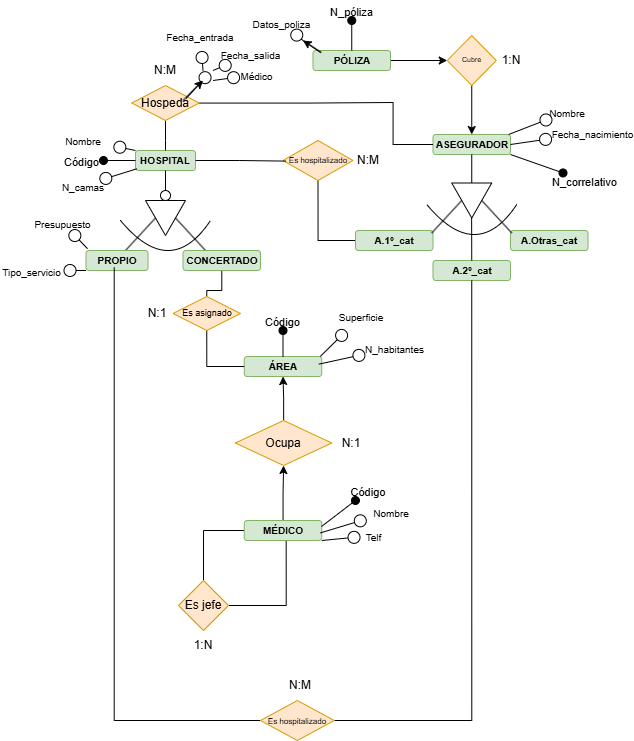
Before: Data Base/GestionHospitales.drawio.png, a diagram exported from draw.io (Samue45/1-DAM). Source tidied: cells renumbered, new cells last; positions are measured from the earlier drawing's top-left corner, leaving out a move shared by most shapes.
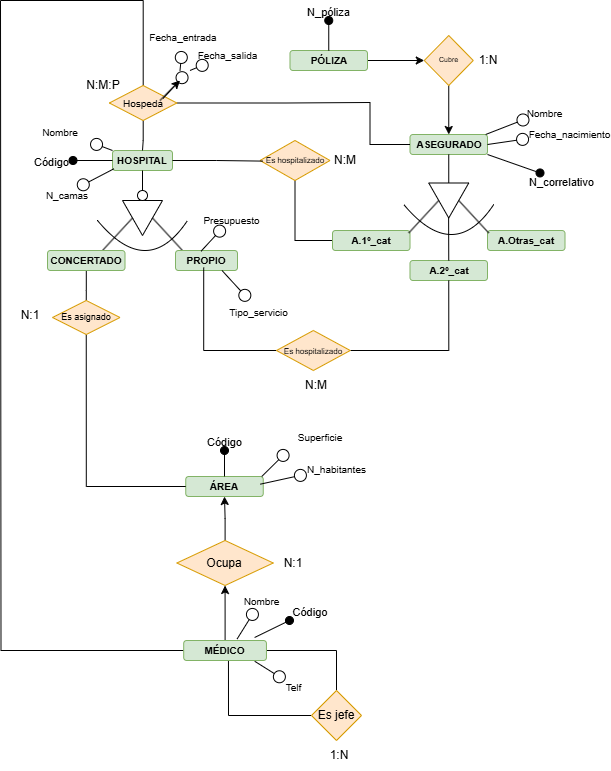
Later version of the same file.

What changed in the source:
```diff
@@ -37,43 +37,43 @@
       </mxGeometry>
     </mxCell>
     <mxCell id="9" value="&lt;b style=&quot;font-size: 10px;&quot;&gt;&lt;font style=&quot;font-size: 10px;&quot;&gt;PROPIO&lt;/font&gt;&lt;/b&gt;" style="rounded=1;whiteSpace=wrap;html=1;fillColor=#d5e8d4;strokeColor=#82b366;fontSize=10;" parent="1" vertex="1">
-      <mxGeometry x="85.5" y="250" width="62" height="20" as="geometry" />
+      <mxGeometry x="198" y="250" width="62" height="20" as="geometry" />
     </mxCell>
     <mxCell id="10" style="edgeStyle=orthogonalEdgeStyle;rounded=0;jettySize=auto;html=1;entryX=0.5;entryY=0;entryDx=0;entryDy=0;endArrow=none;endFill=0;" parent="1" edge="1" source="11" target="85">
       <mxGeometry relative="1" as="geometry" />
     </mxCell>
     <mxCell id="11" value="&lt;b style=&quot;font-size: 10px;&quot;&gt;&lt;font style=&quot;font-size: 10px;&quot;&gt;CONCERTADO&lt;/font&gt;&lt;/b&gt;" style="rounded=1;whiteSpace=wrap;html=1;fillColor=#d5e8d4;strokeColor=#82b366;fontSize=10;" parent="1" vertex="1">
-      <mxGeometry x="182.5" y="250" width="77.5" height="20" as="geometry" />
+      <mxGeometry x="70" y="250" width="77.5" height="20" as="geometry" />
     </mxCell>
     <mxCell id="12" style="endArrow=oval;html=1;rounded=0;fontSize=12;startSize=8;endSize=8;curved=1;endFill=1;exitX=0;exitY=0.5;exitDx=0;exitDy=0;" parent="1" edge="1" source="5" target="13">
       <mxGeometry relative="1" as="geometry" />
     </mxCell>
     <mxCell id="13" value="&lt;font style=&quot;font-size: 11px;&quot;&gt;Código&lt;/font&gt;" style="text;html=1;align=center;verticalAlign=middle;whiteSpace=wrap;rounded=0;fontSize=16;" parent="1" vertex="1">
-      <mxGeometry x="60" y="150" width="43" height="20" as="geometry" />
+      <mxGeometry x="52.5" y="150" width="43" height="20" as="geometry" />
     </mxCell>
     <mxCell id="14" style="endArrow=circle;html=1;rounded=0;fontSize=8;startSize=6;endSize=5;curved=1;endFill=0;exitX=0;exitY=0;exitDx=0;exitDy=0;" parent="1" edge="1" source="5" target="15">
       <mxGeometry relative="1" as="geometry" />
     </mxCell>
     <mxCell id="15" value="&lt;span style=&quot;font-size: 10px;&quot;&gt;Nombre&lt;/span&gt;" style="text;html=1;align=center;verticalAlign=middle;whiteSpace=wrap;rounded=0;fontSize=16;" parent="1" vertex="1">
-      <mxGeometry x="52.5" y="124" width="60" height="30" as="geometry" />
+      <mxGeometry x="52.5" y="115" width="60" height="30" as="geometry" />
     </mxCell>
     <mxCell id="16" style="endArrow=circle;html=1;rounded=0;fontSize=8;startSize=6;endSize=5;curved=1;endFill=0;exitX=0.022;exitY=0.916;exitDx=0;exitDy=0;exitPerimeter=0;" parent="1" edge="1" source="5" target="17">
       <mxGeometry relative="1" as="geometry" />
     </mxCell>
     <mxCell id="17" value="&lt;span style=&quot;font-size: 10px;&quot;&gt;N_camas&lt;/span&gt;" style="text;html=1;align=center;verticalAlign=middle;whiteSpace=wrap;rounded=0;fontSize=16;" parent="1" vertex="1">
-      <mxGeometry x="62.5" y="180" width="40" height="10" as="geometry" />
+      <mxGeometry x="70" y="187.5" width="40" height="10" as="geometry" />
     </mxCell>
-    <mxCell id="18" style="endArrow=circle;html=1;rounded=0;fontSize=8;startSize=6;endSize=5;curved=1;endFill=0;exitX=0.025;exitY=-0.09;exitDx=0;exitDy=0;exitPerimeter=0;" parent="1" edge="1" source="9" target="19">
+    <mxCell id="18" style="endArrow=circle;html=1;rounded=0;fontSize=8;startSize=6;endSize=5;curved=1;endFill=0;exitX=0.411;exitY=0.04;exitDx=0;exitDy=0;exitPerimeter=0;" parent="1" edge="1" source="9" target="19">
       <mxGeometry relative="1" as="geometry" />
     </mxCell>
     <mxCell id="19" value="&lt;font style=&quot;font-size: 10px;&quot;&gt;Presupuesto&lt;/font&gt;" style="text;html=1;align=center;verticalAlign=middle;whiteSpace=wrap;rounded=0;fontSize=16;" parent="1" vertex="1">
-      <mxGeometry x="43.5" y="214" width="36.5" height="16" as="geometry" />
+      <mxGeometry x="236" y="209.5" width="36.5" height="16" as="geometry" />
     </mxCell>
-    <mxCell id="20" style="endArrow=circle;html=1;rounded=0;fontSize=8;startSize=6;endSize=5;curved=1;endFill=0;exitX=0;exitY=1;exitDx=0;exitDy=0;" parent="1" edge="1" source="9" target="21">
+    <mxCell id="20" style="endArrow=circle;html=1;rounded=0;fontSize=8;startSize=6;endSize=5;curved=1;endFill=0;exitX=0.75;exitY=1;exitDx=0;exitDy=0;" parent="1" edge="1" source="9" target="21">
       <mxGeometry relative="1" as="geometry" />
     </mxCell>
     <mxCell id="21" value="&lt;font style=&quot;font-size: 10px;&quot;&gt;Tipo_servicio&lt;/font&gt;" style="text;html=1;align=center;verticalAlign=middle;whiteSpace=wrap;rounded=0;fontSize=16;" parent="1" vertex="1">
-      <mxGeometry y="260" width="62.5" height="20" as="geometry" />
+      <mxGeometry x="250" y="300" width="62.5" height="20" as="geometry" />
     </mxCell>
     <mxCell id="22" style="edgeStyle=orthogonalEdgeStyle;rounded=0;jettySize=auto;html=1;entryX=0;entryY=0.5;entryDx=0;entryDy=0;" parent="1" edge="1" source="23" target="63">
       <mxGeometry relative="1" as="geometry" />
@@ -81,7 +81,7 @@
     <mxCell id="23" value="&lt;b&gt;PÓLIZA&lt;/b&gt;" style="rounded=1;whiteSpace=wrap;html=1;fillColor=#d5e8d4;strokeColor=#82b366;fontSize=10;" parent="1" vertex="1">
       <mxGeometry x="312.5" y="50" width="77.5" height="20" as="geometry" />
     </mxCell>
-    <mxCell id="24" value="&lt;b&gt;ASEGURADOR&lt;/b&gt;" style="rounded=1;whiteSpace=wrap;html=1;fillColor=#d5e8d4;strokeColor=#82b366;fontSize=10;" parent="1" vertex="1">
+    <mxCell id="24" value="&lt;b&gt;ASEGURADO&lt;/b&gt;" style="rounded=1;whiteSpace=wrap;html=1;fillColor=#d5e8d4;strokeColor=#82b366;fontSize=10;" parent="1" vertex="1">
       <mxGeometry x="432.5" y="134" width="77.5" height="20" as="geometry" />
     </mxCell>
     <mxCell id="25" style="edgeStyle=orthogonalEdgeStyle;rounded=0;jettySize=auto;html=1;endArrow=none;endFill=0;entryX=0.5;entryY=1;entryDx=0;entryDy=0;" parent="1" edge="1" source="26" target="65">
@@ -97,16 +97,21 @@
       <mxGeometry x="510" y="230" width="77.5" height="20" as="geometry" />
     </mxCell>
     <mxCell id="29" value="&lt;b&gt;ÁREA&lt;/b&gt;" style="rounded=1;whiteSpace=wrap;html=1;fillColor=#d5e8d4;strokeColor=#82b366;fontSize=10;" parent="1" vertex="1">
-      <mxGeometry x="243.8" y="356" width="77.5" height="20" as="geometry" />
+      <mxGeometry x="208.2" y="476" width="77.5" height="20" as="geometry" />
     </mxCell>
     <mxCell id="30" style="edgeStyle=orthogonalEdgeStyle;rounded=0;jettySize=auto;html=1;entryX=0.5;entryY=1;entryDx=0;entryDy=0;" parent="1" edge="1" source="32" target="88">
       <mxGeometry relative="1" as="geometry" />
     </mxCell>
-    <mxCell id="31" style="edgeStyle=orthogonalEdgeStyle;rounded=0;jettySize=auto;html=1;endArrow=none;endFill=0;entryX=0.5;entryY=0;entryDx=0;entryDy=0;" parent="1" edge="1" source="32" target="91">
+    <mxCell id="31" style="edgeStyle=orthogonalEdgeStyle;rounded=0;jettySize=auto;html=1;endArrow=none;endFill=0;entryX=0.5;entryY=0;entryDx=0;entryDy=0;exitX=1;exitY=0.5;exitDx=0;exitDy=0;" parent="1" edge="1" source="32" target="91">
       <mxGeometry relative="1" as="geometry" />
     </mxCell>
+    <mxCell id="93" style="edgeStyle=orthogonalEdgeStyle;rounded=0;jettySize=auto;html=1;fontSize=12;startSize=8;endSize=8;endArrow=none;endFill=0;" parent="1" edge="1" source="32">
+      <mxGeometry relative="1" as="geometry">
+        <mxPoint x="23" as="targetPoint" />
+      </mxGeometry>
+    </mxCell>
     <mxCell id="32" value="&lt;b&gt;MÉDICO&lt;/b&gt;" style="rounded=1;whiteSpace=wrap;html=1;fillColor=#d5e8d4;strokeColor=#82b366;fontSize=10;" parent="1" vertex="1">
-      <mxGeometry x="243.8" y="520" width="77.5" height="20" as="geometry" />
+      <mxGeometry x="206.2" y="640" width="82.8" height="20" as="geometry" />
     </mxCell>
     <mxCell id="33" style="endArrow=oval;html=1;rounded=0;fontSize=12;startSize=8;endSize=8;curved=1;endFill=1;" parent="1" edge="1" source="23" target="34">
       <mxGeometry relative="1" as="geometry" />
@@ -114,21 +119,6 @@
     <mxCell id="34" value="&lt;span style=&quot;font-size: 11px;&quot;&gt;N_póliza&lt;/span&gt;" style="text;html=1;align=center;verticalAlign=middle;whiteSpace=wrap;rounded=0;fontSize=16;" parent="1" vertex="1">
       <mxGeometry x="329.8" width="43" height="20" as="geometry" />
     </mxCell>
-    <mxCell id="35" style="endArrow=circle;html=1;rounded=0;fontSize=8;startSize=6;endSize=5;curved=1;endFill=0;exitX=0.099;exitY=0.1;exitDx=0;exitDy=0;exitPerimeter=0;" parent="1" edge="1" source="23" target="36">
-      <mxGeometry relative="1" as="geometry">
-        <Array as="points">
-          <mxPoint x="302.5" y="40" />
-        </Array>
-      </mxGeometry>
-    </mxCell>
-    <mxCell id="36" value="&lt;font style=&quot;font-size: 10px;&quot;&gt;Datos_poliza&lt;/font&gt;" style="text;html=1;align=center;verticalAlign=middle;whiteSpace=wrap;rounded=0;fontSize=16;" parent="1" vertex="1">
-      <mxGeometry x="262.5" y="14" width="38.5" height="16" as="geometry" />
-    </mxCell>
-    <mxCell id="37" style="endArrow=classic;html=1;rounded=0;exitX=0.108;exitY=0.1;exitDx=0;exitDy=0;exitPerimeter=0;" parent="1" edge="1" source="23">
-      <mxGeometry relative="1" as="geometry">
-        <mxPoint x="302.5" y="40" as="targetPoint" />
-      </mxGeometry>
-    </mxCell>
     <mxCell id="38" style="endArrow=oval;html=1;rounded=0;fontSize=12;startSize=8;endSize=8;curved=1;endFill=1;exitX=1;exitY=1;exitDx=0;exitDy=0;" parent="1" edge="1" source="24" target="39">
       <mxGeometry relative="1" as="geometry" />
     </mxCell>
@@ -183,41 +173,40 @@
       <mxGeometry relative="1" as="geometry" />
     </mxCell>
     <mxCell id="51" value="&lt;font style=&quot;font-size: 11px;&quot;&gt;Código&lt;/font&gt;" style="text;html=1;align=center;verticalAlign=middle;whiteSpace=wrap;rounded=0;fontSize=16;" parent="1" vertex="1">
-      <mxGeometry x="261" y="310" width="43" height="20" as="geometry" />
+      <mxGeometry x="225.5" y="430" width="43" height="20" as="geometry" />
     </mxCell>
-    <mxCell id="52" style="endArrow=circle;html=1;rounded=0;fontSize=8;startSize=6;endSize=5;curved=1;endFill=0;" parent="1" edge="1" target="53">
+    <mxCell id="52" style="endArrow=circle;html=1;rounded=0;fontSize=8;startSize=6;endSize=5;curved=1;endFill=0;" parent="1" edge="1">
       <mxGeometry relative="1" as="geometry">
-        <mxPoint x="319.8" y="356" as="sourcePoint" />
+        <mxPoint x="284.2" y="476" as="sourcePoint" />
+        <mxPoint x="310.6" y="450" as="targetPoint" />
       </mxGeometry>
     </mxCell>
     <mxCell id="53" value="&lt;font style=&quot;font-size: 10px;&quot;&gt;Superficie&lt;/font&gt;" style="text;html=1;align=center;verticalAlign=middle;whiteSpace=wrap;rounded=0;fontSize=16;" parent="1" vertex="1">
-      <mxGeometry x="331.2" y="300" width="60" height="30" as="geometry" />
+      <mxGeometry x="312.5" y="420" width="60" height="30" as="geometry" />
     </mxCell>
     <mxCell id="54" style="endArrow=circle;html=1;rounded=0;fontSize=8;startSize=6;endSize=5;curved=1;endFill=0;exitX=0.963;exitY=0.383;exitDx=0;exitDy=0;exitPerimeter=0;" parent="1" edge="1" source="29" target="55">
       <mxGeometry relative="1" as="geometry" />
     </mxCell>
     <mxCell id="55" value="&lt;font style=&quot;font-size: 10px;&quot;&gt;N_habitantes&lt;/font&gt;" style="text;html=1;align=center;verticalAlign=middle;whiteSpace=wrap;rounded=0;fontSize=16;" parent="1" vertex="1">
-      <mxGeometry x="365.2" y="338" width="58.5" height="18" as="geometry" />
+      <mxGeometry x="329.8" y="458" width="58.5" height="18" as="geometry" />
     </mxCell>
-    <mxCell id="56" style="endArrow=oval;html=1;rounded=0;fontSize=12;startSize=8;endSize=8;curved=1;endFill=1;" parent="1" edge="1" target="57">
-      <mxGeometry relative="1" as="geometry">
-        <mxPoint x="321" y="526" as="sourcePoint" />
-      </mxGeometry>
+    <mxCell id="56" style="endArrow=oval;html=1;rounded=0;fontSize=12;startSize=8;endSize=8;curved=1;endFill=1;exitX=0.857;exitY=-0.15;exitDx=0;exitDy=0;exitPerimeter=0;" parent="1" edge="1" source="32" target="57">
+      <mxGeometry relative="1" as="geometry" />
     </mxCell>
     <mxCell id="57" value="&lt;font style=&quot;font-size: 11px;&quot;&gt;Código&lt;/font&gt;" style="text;html=1;align=center;verticalAlign=middle;whiteSpace=wrap;rounded=0;fontSize=16;" parent="1" vertex="1">
-      <mxGeometry x="341" y="480" width="54" height="20" as="geometry" />
+      <mxGeometry x="305.5" y="600" width="54" height="20" as="geometry" />
     </mxCell>
-    <mxCell id="58" style="endArrow=circle;html=1;rounded=0;fontSize=8;startSize=6;endSize=5;curved=1;endFill=0;exitX=0.984;exitY=0.617;exitDx=0;exitDy=0;exitPerimeter=0;" parent="1" edge="1" source="32" target="59">
+    <mxCell id="58" style="endArrow=circle;html=1;rounded=0;fontSize=8;startSize=6;endSize=5;curved=1;endFill=0;exitX=0.646;exitY=-0.079;exitDx=0;exitDy=0;exitPerimeter=0;" parent="1" edge="1" source="32" target="59">
       <mxGeometry relative="1" as="geometry" />
     </mxCell>
     <mxCell id="59" value="&lt;font style=&quot;font-size: 10px;&quot;&gt;Nombre&lt;/font&gt;" style="text;html=1;align=center;verticalAlign=middle;whiteSpace=wrap;rounded=0;fontSize=16;" parent="1" vertex="1">
-      <mxGeometry x="366.5" y="502" width="48.5" height="18" as="geometry" />
+      <mxGeometry x="260" y="590" width="48.5" height="18" as="geometry" />
     </mxCell>
-    <mxCell id="60" style="endArrow=circle;html=1;rounded=0;fontSize=8;startSize=6;endSize=5;curved=1;endFill=0;exitX=1;exitY=1;exitDx=0;exitDy=0;" parent="1" edge="1" source="32" target="61">
+    <mxCell id="60" style="endArrow=circle;html=1;rounded=0;fontSize=8;startSize=6;endSize=5;curved=1;endFill=0;exitX=0.859;exitY=1.04;exitDx=0;exitDy=0;exitPerimeter=0;" parent="1" edge="1" source="32" target="61">
       <mxGeometry relative="1" as="geometry" />
     </mxCell>
     <mxCell id="61" value="&lt;font style=&quot;font-size: 10px;&quot;&gt;Telf&lt;/font&gt;" style="text;html=1;align=center;verticalAlign=middle;whiteSpace=wrap;rounded=0;fontSize=16;" parent="1" vertex="1">
-      <mxGeometry x="360.5" y="530" width="24.5" height="10" as="geometry" />
+      <mxGeometry x="303.5" y="680" width="24.5" height="10" as="geometry" />
     </mxCell>
     <mxCell id="62" style="edgeStyle=orthogonalEdgeStyle;rounded=0;jettySize=auto;html=1;entryX=0.5;entryY=0;entryDx=0;entryDy=0;" parent="1" edge="1" source="63" target="24">
       <mxGeometry relative="1" as="geometry" />
@@ -244,10 +233,10 @@
       <mxGeometry relative="1" as="geometry" />
     </mxCell>
     <mxCell id="70" value="&lt;span style=&quot;font-size: 8px;&quot;&gt;Es hospitalizado&lt;/span&gt;" style="rhombus;whiteSpace=wrap;html=1;fillColor=#ffe6cc;strokeColor=#d79b00;" parent="1" vertex="1">
-      <mxGeometry x="260" y="700" width="73.8" height="40" as="geometry" />
+      <mxGeometry x="299" y="330" width="73.8" height="40" as="geometry" />
     </mxCell>
     <mxCell id="71" value="N:M" style="text;html=1;align=center;verticalAlign=middle;whiteSpace=wrap;rounded=0;" parent="1" vertex="1">
-      <mxGeometry x="277.5" y="670" width="43.8" height="30" as="geometry" />
+      <mxGeometry x="317" y="370" width="43.8" height="30" as="geometry" />
     </mxCell>
     <mxCell id="72" style="edgeStyle=orthogonalEdgeStyle;rounded=0;jettySize=auto;html=1;endArrow=none;endFill=0;" parent="1" edge="1" source="74" target="5">
       <mxGeometry relative="1" as="geometry" />
@@ -261,11 +250,20 @@
         </Array>
       </mxGeometry>
     </mxCell>
+    <mxCell id="94" style="edgeStyle=orthogonalEdgeStyle;rounded=0;jettySize=auto;html=1;fontSize=12;startSize=8;endSize=8;endArrow=none;endFill=0;" parent="1" edge="1" source="74">
+      <mxGeometry relative="1" as="geometry">
+        <mxPoint x="23" as="targetPoint" />
+        <Array as="points">
+          <mxPoint x="166" />
+          <mxPoint x="23" />
+        </Array>
+      </mxGeometry>
+    </mxCell>
-    <mxCell id="74" value="Hospeda" style="rhombus;whiteSpace=wrap;html=1;fillColor=#ffe6cc;strokeColor=#d79b00;" parent="1" vertex="1">
-      <mxGeometry x="131.2" y="85" width="67.5" height="35" as="geometry" />
+    <mxCell id="74" value="Hospeda" style="rhombus;whiteSpace=wrap;html=1;fillColor=#ffe6cc;strokeColor=#d79b00;fontSize=10;" parent="1" vertex="1">
+      <mxGeometry x="131.9" y="85" width="67.5" height="35" as="geometry" />
     </mxCell>
-    <mxCell id="75" value="N:M" style="text;html=1;align=center;verticalAlign=middle;whiteSpace=wrap;rounded=0;" parent="1" vertex="1">
-      <mxGeometry x="143.1" y="55" width="43.8" height="30" as="geometry" />
+    <mxCell id="75" value="N:M:P" style="text;html=1;align=center;verticalAlign=middle;whiteSpace=wrap;rounded=0;" parent="1" vertex="1">
+      <mxGeometry x="103.8" y="70" width="43.8" height="30" as="geometry" />
     </mxCell>
     <mxCell id="76" style="endArrow=circle;html=1;rounded=0;fontSize=8;startSize=6;endSize=5;curved=1;endFill=0;" parent="1" edge="1">
       <mxGeometry relative="1" as="geometry">
@@ -285,7 +283,7 @@
       </mxGeometry>
     </mxCell>
     <mxCell id="79" value="&lt;font style=&quot;font-size: 10px;&quot;&gt;Fecha_entrada&lt;/font&gt;" style="text;html=1;align=center;verticalAlign=middle;whiteSpace=wrap;rounded=0;fontSize=16;" parent="1" vertex="1">
-      <mxGeometry x="170" y="20" width="60" height="30" as="geometry" />
+      <mxGeometry x="176" y="20" width="60" height="30" as="geometry" />
     </mxCell>
     <mxCell id="80" style="endArrow=circle;html=1;rounded=0;fontSize=8;startSize=6;endSize=5;curved=1;endFill=0;entryX=0.071;entryY=1.073;entryDx=0;entryDy=0;entryPerimeter=0;" parent="1" edge="1" target="81">
       <mxGeometry relative="1" as="geometry">
@@ -295,40 +293,32 @@
     <mxCell id="81" value="&lt;font style=&quot;font-size: 10px;&quot;&gt;Fecha_salida&lt;/font&gt;" style="text;html=1;align=center;verticalAlign=middle;whiteSpace=wrap;rounded=0;fontSize=16;" parent="1" vertex="1">
       <mxGeometry x="228" y="45" width="44.5" height="16" as="geometry" />
     </mxCell>
-    <mxCell id="82" style="endArrow=circle;html=1;rounded=0;fontSize=8;startSize=6;endSize=5;curved=1;endFill=0;" parent="1" edge="1" target="83">
-      <mxGeometry relative="1" as="geometry">
-        <mxPoint x="212.5" y="80" as="sourcePoint" />
-      </mxGeometry>
-    </mxCell>
-    <mxCell id="83" value="&lt;font style=&quot;font-size: 10px;&quot;&gt;Médico&lt;/font&gt;" style="text;html=1;align=center;verticalAlign=middle;whiteSpace=wrap;rounded=0;fontSize=16;" parent="1" vertex="1">
-      <mxGeometry x="240" y="68" width="32.5" height="12" as="geometry" />
-    </mxCell>
     <mxCell id="84" style="edgeStyle=orthogonalEdgeStyle;rounded=0;jettySize=auto;html=1;endArrow=none;endFill=0;entryX=0;entryY=0.5;entryDx=0;entryDy=0;exitX=0.5;exitY=1;exitDx=0;exitDy=0;" parent="1" edge="1" source="85" target="29">
       <mxGeometry relative="1" as="geometry" />
     </mxCell>
     <mxCell id="85" value="Es asignado" style="rhombus;whiteSpace=wrap;html=1;fontSize=9;fillColor=#ffe6cc;strokeColor=#d79b00;" parent="1" vertex="1">
-      <mxGeometry x="172.5" y="296" width="67.5" height="34" as="geometry" />
+      <mxGeometry x="75" y="300" width="67.5" height="34" as="geometry" />
     </mxCell>
     <mxCell id="86" value="N:1" style="text;html=1;align=center;verticalAlign=middle;whiteSpace=wrap;rounded=0;" parent="1" vertex="1">
-      <mxGeometry x="135" y="298" width="43.8" height="30" as="geometry" />
+      <mxGeometry x="31.2" y="300" width="43.8" height="30" as="geometry" />
     </mxCell>
     <mxCell id="87" style="edgeStyle=orthogonalEdgeStyle;rounded=0;jettySize=auto;html=1;entryX=0.5;entryY=1;entryDx=0;entryDy=0;" parent="1" edge="1" source="88" target="29">
       <mxGeometry relative="1" as="geometry" />
     </mxCell>
     <mxCell id="88" value="Ocupa" style="rhombus;whiteSpace=wrap;html=1;fillColor=#ffe6cc;strokeColor=#d79b00;" parent="1" vertex="1">
-      <mxGeometry x="234.9" y="420" width="96.4" height="45" as="geometry" />
+      <mxGeometry x="199.4" y="540" width="96.4" height="45" as="geometry" />
     </mxCell>
     <mxCell id="89" value="N:1" style="text;html=1;align=center;verticalAlign=middle;whiteSpace=wrap;rounded=0;" parent="1" vertex="1">
-      <mxGeometry x="329.4" y="427.5" width="43.8" height="30" as="geometry" />
+      <mxGeometry x="293.9" y="547.5" width="43.8" height="30" as="geometry" />
     </mxCell>
     <mxCell id="90" style="edgeStyle=orthogonalEdgeStyle;rounded=0;jettySize=auto;html=1;endArrow=none;endFill=0;entryX=0.541;entryY=1.024;entryDx=0;entryDy=0;entryPerimeter=0;" parent="1" edge="1" source="91" target="32">
       <mxGeometry relative="1" as="geometry" />
     </mxCell>
     <mxCell id="91" value="Es jefe" style="rhombus;whiteSpace=wrap;html=1;fillColor=#ffe6cc;strokeColor=#d79b00;" parent="1" vertex="1">
-      <mxGeometry x="178" y="580" width="50" height="50" as="geometry" />
+      <mxGeometry x="334" y="690" width="50" height="50" as="geometry" />
     </mxCell>
     <mxCell id="92" value="1:N" style="text;html=1;align=center;verticalAlign=middle;whiteSpace=wrap;rounded=0;" parent="1" vertex="1">
-      <mxGeometry x="181.1" y="630" width="43.8" height="30" as="geometry" />
+      <mxGeometry x="340.2" y="740" width="43.8" height="30" as="geometry" />
     </mxCell>
   </root>
 </mxGraphModel>
```
